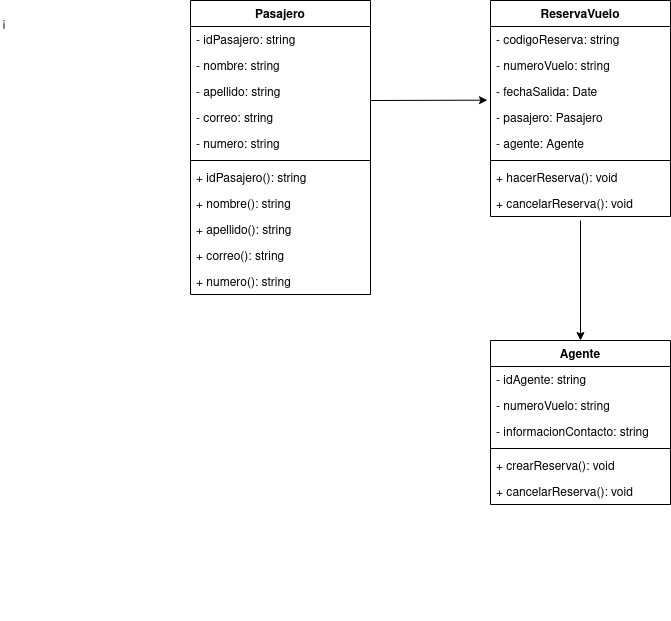
Chugani05/entorno_de_desarrollo keeps this draw.io diagram as diagramas/tarea3 (reserva vuelos)/diagrama_clase_reserva_vuelos.png. Above is the earlier version. Source tidied: cells renumbered, new cells last; positions are measured from the earlier drawing's top-left corner, leaving out a move shared by most shapes. Source of this version:
```xml
<mxGraphModel>
  <root>
    <mxCell id="0" />
    <mxCell id="1" parent="0" />
    <mxCell id="2" value="Pasajero" style="swimlane;fontStyle=1;align=center;verticalAlign=top;horizontal=1;startSize=26;rounded=0;shadow=0;strokeWidth=1;" parent="1" vertex="1">
      <mxGeometry x="190" width="180" height="294" as="geometry" />
    </mxCell>
    <mxCell id="3" value="- idPasajero: string" style="text;align=left;verticalAlign=top;spacingLeft=4;spacingRight=4;overflow=hidden;" parent="2" vertex="1">
      <mxGeometry y="26" width="180" height="26" as="geometry" />
    </mxCell>
    <mxCell id="4" value="- nombre: string" style="text;align=left;verticalAlign=top;spacingLeft=4;spacingRight=4;overflow=hidden;" parent="2" vertex="1">
      <mxGeometry y="52" width="180" height="26" as="geometry" />
    </mxCell>
    <mxCell id="5" value="- apellido: string " style="text;align=left;verticalAlign=top;spacingLeft=4;spacingRight=4;overflow=hidden;" parent="2" vertex="1">
      <mxGeometry y="78" width="180" height="26" as="geometry" />
    </mxCell>
    <mxCell id="6" value="- correo: string" style="text;align=left;verticalAlign=top;spacingLeft=4;spacingRight=4;overflow=hidden;" parent="2" vertex="1">
      <mxGeometry y="104" width="180" height="26" as="geometry" />
    </mxCell>
    <mxCell id="7" value="- numero: string" style="text;align=left;verticalAlign=top;spacingLeft=4;spacingRight=4;overflow=hidden;" parent="2" vertex="1">
      <mxGeometry y="130" width="180" height="26" as="geometry" />
    </mxCell>
    <mxCell id="8" style="line;html=1;strokeWidth=1;align=left;verticalAlign=middle;spacingTop=-1;spacingLeft=3;spacingRight=3;labelPosition=right;" parent="2" vertex="1">
      <mxGeometry y="156" width="180" height="8" as="geometry" />
    </mxCell>
    <mxCell id="9" value="+ idPasajero(): string" style="text;align=left;verticalAlign=top;spacingLeft=4;spacingRight=4;overflow=hidden;" parent="2" vertex="1">
      <mxGeometry y="164" width="180" height="26" as="geometry" />
    </mxCell>
    <mxCell id="10" value="+ nombre(): string" style="text;align=left;verticalAlign=top;spacingLeft=4;spacingRight=4;overflow=hidden;" parent="2" vertex="1">
      <mxGeometry y="190" width="180" height="26" as="geometry" />
    </mxCell>
    <mxCell id="11" value="+ apellido(): string " style="text;align=left;verticalAlign=top;spacingLeft=4;spacingRight=4;overflow=hidden;" parent="2" vertex="1">
      <mxGeometry y="216" width="180" height="26" as="geometry" />
    </mxCell>
    <mxCell id="12" value="+ correo(): string" style="text;align=left;verticalAlign=top;spacingLeft=4;spacingRight=4;overflow=hidden;" parent="2" vertex="1">
      <mxGeometry y="242" width="180" height="26" as="geometry" />
    </mxCell>
    <mxCell id="13" value="+ numero(): string" style="text;align=left;verticalAlign=top;spacingLeft=4;spacingRight=4;overflow=hidden;" parent="2" vertex="1">
      <mxGeometry y="268" width="180" height="26" as="geometry" />
    </mxCell>
    <mxCell id="14" value="¡" style="text;whiteSpace=wrap;html=1;" parent="1" vertex="1">
      <mxGeometry y="10" width="310" height="610" as="geometry" />
    </mxCell>
    <mxCell id="15" value="ReservaVuelo" style="swimlane;fontStyle=1;align=center;verticalAlign=top;horizontal=1;startSize=26;rounded=0;shadow=0;strokeWidth=1;" parent="1" vertex="1">
      <mxGeometry x="490" width="180" height="216" as="geometry" />
    </mxCell>
    <mxCell id="16" value="- codigoReserva: string" style="text;align=left;verticalAlign=top;spacingLeft=4;spacingRight=4;overflow=hidden;" parent="15" vertex="1">
      <mxGeometry y="26" width="180" height="26" as="geometry" />
    </mxCell>
    <mxCell id="17" value="- numeroVuelo: string " style="text;align=left;verticalAlign=top;spacingLeft=4;spacingRight=4;overflow=hidden;" parent="15" vertex="1">
      <mxGeometry y="52" width="180" height="26" as="geometry" />
    </mxCell>
    <mxCell id="18" value="- fechaSalida: Date" style="text;align=left;verticalAlign=top;spacingLeft=4;spacingRight=4;overflow=hidden;" parent="15" vertex="1">
      <mxGeometry y="78" width="180" height="26" as="geometry" />
    </mxCell>
    <mxCell id="19" value="- pasajero: Pasajero" style="text;align=left;verticalAlign=top;spacingLeft=4;spacingRight=4;overflow=hidden;points=[[0,0.5],[1,0.5]];portConstraint=eastwest;" parent="15" vertex="1">
      <mxGeometry y="104" width="180" height="26" as="geometry" />
    </mxCell>
    <mxCell id="20" value="- agente: Agente" style="text;align=left;verticalAlign=top;spacingLeft=4;spacingRight=4;overflow=hidden;" parent="15" vertex="1">
      <mxGeometry y="130" width="180" height="26" as="geometry" />
    </mxCell>
    <mxCell id="21" style="line;html=1;strokeWidth=1;align=left;verticalAlign=middle;spacingTop=-1;spacingLeft=3;spacingRight=3;labelPosition=right;" parent="15" vertex="1">
      <mxGeometry y="156" width="180" height="8" as="geometry" />
    </mxCell>
    <mxCell id="22" value="+ hacerReserva(): void" style="text;align=left;verticalAlign=top;spacingLeft=4;spacingRight=4;overflow=hidden;rounded=0;shadow=0;html=0;" parent="15" vertex="1">
      <mxGeometry y="164" width="180" height="26" as="geometry" />
    </mxCell>
    <mxCell id="23" value="+ cancelarReserva(): void" style="text;align=left;verticalAlign=top;spacingLeft=4;spacingRight=4;overflow=hidden;rounded=0;shadow=0;html=0;" parent="15" vertex="1">
      <mxGeometry y="190" width="180" height="26" as="geometry" />
    </mxCell>
    <mxCell id="24" value="Agente" style="swimlane;fontStyle=1;align=center;verticalAlign=top;horizontal=1;startSize=26;rounded=0;shadow=0;strokeWidth=1;" parent="1" vertex="1">
      <mxGeometry x="490" y="340" width="180" height="164" as="geometry" />
    </mxCell>
    <mxCell id="25" value="- idAgente: string" style="text;align=left;verticalAlign=top;spacingLeft=4;spacingRight=4;overflow=hidden;" parent="24" vertex="1">
      <mxGeometry y="26" width="180" height="26" as="geometry" />
    </mxCell>
    <mxCell id="26" value="- numeroVuelo: string " style="text;align=left;verticalAlign=top;spacingLeft=4;spacingRight=4;overflow=hidden;" parent="24" vertex="1">
      <mxGeometry y="52" width="180" height="26" as="geometry" />
    </mxCell>
    <mxCell id="27" value="- informacionContacto: string" style="text;align=left;verticalAlign=top;spacingLeft=4;spacingRight=4;overflow=hidden;" parent="24" vertex="1">
      <mxGeometry y="78" width="180" height="26" as="geometry" />
    </mxCell>
    <mxCell id="28" style="line;html=1;strokeWidth=1;align=left;verticalAlign=middle;spacingTop=-1;spacingLeft=3;spacingRight=3;labelPosition=right;" parent="24" vertex="1">
      <mxGeometry y="104" width="180" height="8" as="geometry" />
    </mxCell>
    <mxCell id="29" value="+ crearReserva(): void" style="text;align=left;verticalAlign=top;spacingLeft=4;spacingRight=4;overflow=hidden;rounded=0;shadow=0;html=0;" parent="24" vertex="1">
      <mxGeometry y="112" width="180" height="26" as="geometry" />
    </mxCell>
    <mxCell id="30" value="+ cancelarReserva(): void" style="text;align=left;verticalAlign=top;spacingLeft=4;spacingRight=4;overflow=hidden;rounded=0;shadow=0;html=0;" parent="24" vertex="1">
      <mxGeometry y="138" width="180" height="26" as="geometry" />
    </mxCell>
    <mxCell id="31" style="endArrow=classic;html=1;rounded=0;entryX=-0.017;entryY=-0.167;entryDx=0;entryDy=0;entryPerimeter=0;" parent="1" edge="1" target="19">
      <mxGeometry relative="1" as="geometry">
        <mxPoint x="370" y="100" as="sourcePoint" />
      </mxGeometry>
    </mxCell>
    <mxCell id="32" style="endArrow=classic;html=1;rounded=0;entryX=0.5;entryY=0;entryDx=0;entryDy=0;" parent="1" edge="1" target="24">
      <mxGeometry relative="1" as="geometry">
        <mxPoint x="580" y="220" as="sourcePoint" />
      </mxGeometry>
    </mxCell>
  </root>
</mxGraphModel>
```
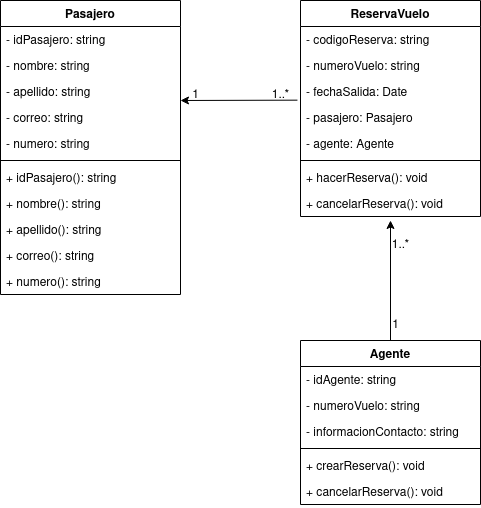
Later version of the same file.

Change to the diagram source:
```diff
@@ -38,9 +38,6 @@
     <mxCell id="13" value="+ numero(): string" style="text;align=left;verticalAlign=top;spacingLeft=4;spacingRight=4;overflow=hidden;" parent="2" vertex="1">
       <mxGeometry y="268" width="180" height="26" as="geometry" />
     </mxCell>
-    <mxCell id="14" value="¡" style="text;whiteSpace=wrap;html=1;" parent="1" vertex="1">
-      <mxGeometry y="10" width="310" height="610" as="geometry" />
-    </mxCell>
     <mxCell id="15" value="ReservaVuelo" style="swimlane;fontStyle=1;align=center;verticalAlign=top;horizontal=1;startSize=26;rounded=0;shadow=0;strokeWidth=1;" parent="1" vertex="1">
       <mxGeometry x="490" width="180" height="216" as="geometry" />
     </mxCell>
@@ -89,15 +86,27 @@
     <mxCell id="30" value="+ cancelarReserva(): void" style="text;align=left;verticalAlign=top;spacingLeft=4;spacingRight=4;overflow=hidden;rounded=0;shadow=0;html=0;" parent="24" vertex="1">
       <mxGeometry y="138" width="180" height="26" as="geometry" />
     </mxCell>
-    <mxCell id="31" style="endArrow=classic;html=1;rounded=0;entryX=-0.017;entryY=-0.167;entryDx=0;entryDy=0;entryPerimeter=0;" parent="1" edge="1" target="19">
+    <mxCell id="31" style="endArrow=none;html=1;rounded=0;entryX=-0.017;entryY=-0.167;entryDx=0;entryDy=0;entryPerimeter=0;startArrow=classic;startFill=1;endFill=0;" parent="1" edge="1" target="19">
       <mxGeometry relative="1" as="geometry">
         <mxPoint x="370" y="100" as="sourcePoint" />
       </mxGeometry>
     </mxCell>
-    <mxCell id="32" style="endArrow=classic;html=1;rounded=0;entryX=0.5;entryY=0;entryDx=0;entryDy=0;" parent="1" edge="1" target="24">
+    <mxCell id="32" style="endArrow=none;html=1;rounded=0;entryX=0.5;entryY=0;entryDx=0;entryDy=0;startArrow=classic;startFill=1;endFill=0;" parent="1" edge="1" target="24">
       <mxGeometry relative="1" as="geometry">
         <mxPoint x="580" y="220" as="sourcePoint" />
       </mxGeometry>
     </mxCell>
+    <mxCell id="33" value="1" style="text;html=1;align=center;verticalAlign=middle;strokeColor=none;fillColor=none;" parent="1" vertex="1">
+      <mxGeometry x="370" y="80" width="30" height="30" as="geometry" />
+    </mxCell>
+    <mxCell id="34" value="1..*" style="text;html=1;align=center;verticalAlign=middle;strokeColor=none;fillColor=none;" parent="1" vertex="1">
+      <mxGeometry x="450" y="80" width="40" height="30" as="geometry" />
+    </mxCell>
+    <mxCell id="35" value="1..*" style="text;html=1;align=center;verticalAlign=middle;strokeColor=none;fillColor=none;" parent="1" vertex="1">
+      <mxGeometry x="570" y="230" width="40" height="30" as="geometry" />
+    </mxCell>
+    <mxCell id="36" value="1" style="text;html=1;align=center;verticalAlign=middle;strokeColor=none;fillColor=none;" parent="1" vertex="1">
+      <mxGeometry x="570" y="310" width="30" height="30" as="geometry" />
+    </mxCell>
   </root>
 </mxGraphModel>
```
